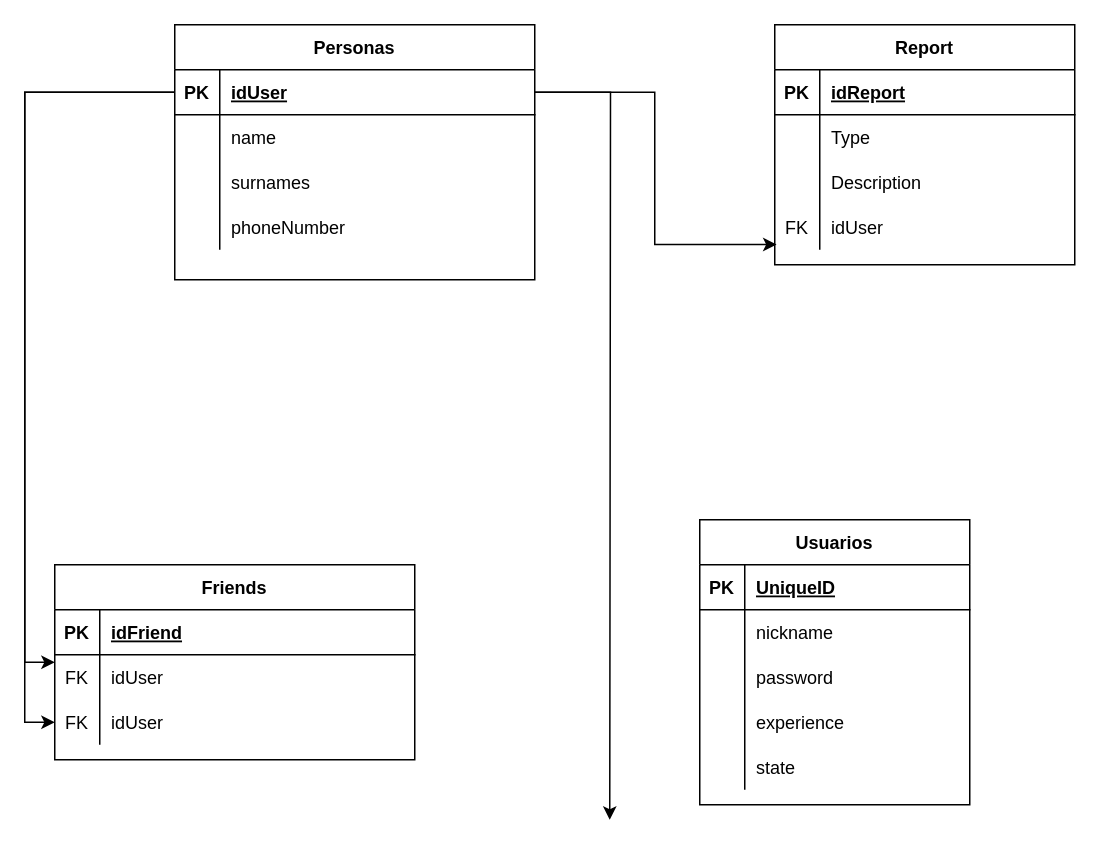
Before: Base de datos juego.drawio in MarioAlJim/Polinizacoders, a draw.io diagram. Source tidied: cells renumbered, new cells numbered last; positions are measured from the earlier drawing's top-left corner, leaving out a move shared by most shapes. Both pictures are drawn from the tidied source at 150%, with x=0, y=0 at pixel (54, 24).
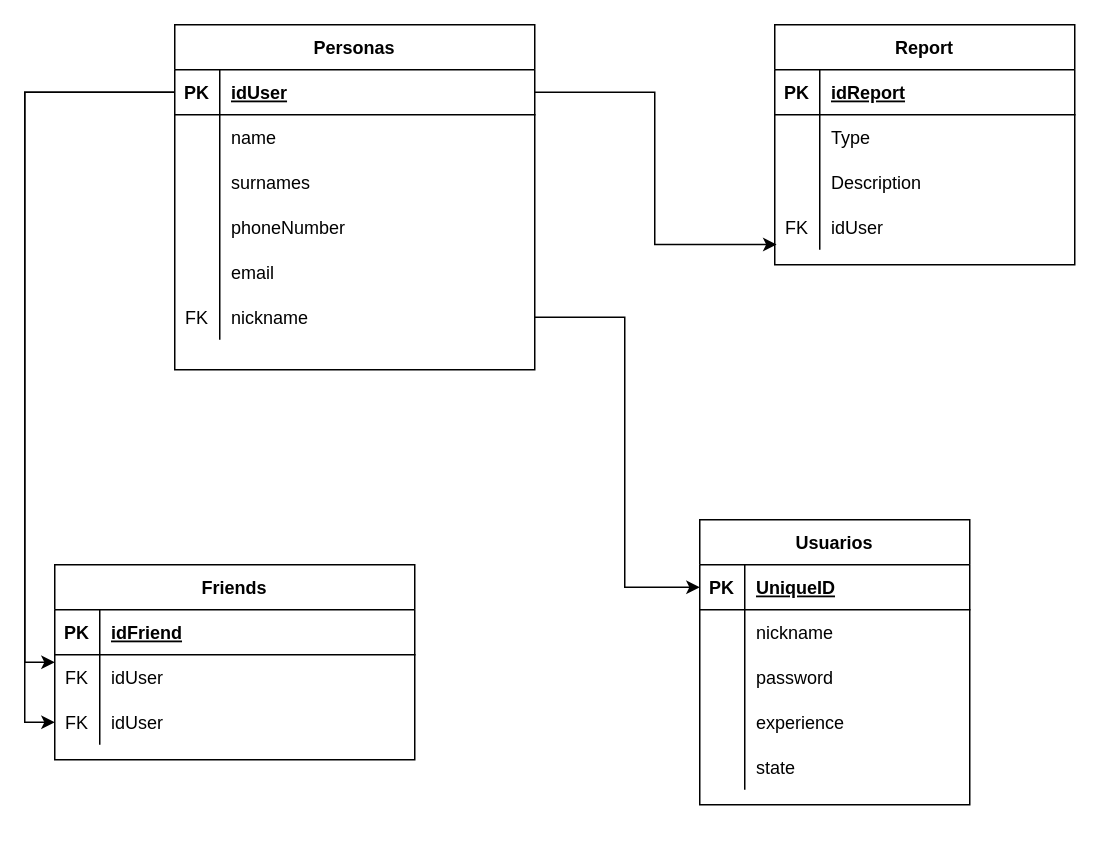
Above is the later version.

The change refers to these unchanged cells:
```xml
<mxCell id="13" style="shape=partialRectangle;fillColor=none;points=[[0,0.5],[1,0.5]];portConstraint=eastwest;top=0;left=0;right=0;bottom=1;" parent="12" vertex="1">
  <mxGeometry y="30" width="240" height="30" as="geometry" />
</mxCell>
<mxCell id="42" style="shape=tableRow;horizontal=0;startSize=0;swimlaneHead=0;swimlaneBody=0;fillColor=none;points=[[0,0.5],[1,0.5]];portConstraint=eastwest;top=0;left=0;right=0;bottom=1;" parent="41" vertex="1">
  <mxGeometry y="30" width="180" height="30" as="geometry" />
</mxCell>
```

Change to the diagram source:
```diff
@@
     <mxCell id="12" value="Personas" style="shape=table;startSize=30;childLayout=tableLayout;rowLines=0;fontStyle=1;align=center;" parent="1" vertex="1">
-      <mxGeometry x="80" width="240" height="170" as="geometry" />
+      <mxGeometry x="80" width="240" height="230" as="geometry" />
     </mxCell>
@@
+    <mxCell id="58" style="shape=tableRow;horizontal=0;startSize=0;swimlaneHead=0;swimlaneBody=0;fillColor=none;top=0;left=0;right=0;bottom=0;hachureGap=4;" parent="12" vertex="1">
+      <mxGeometry y="150" width="240" height="30" as="geometry" />
+    </mxCell>
+    <mxCell id="59" style="shape=partialRectangle;fillColor=none;top=0;left=0;bottom=0;right=0;overflow=hidden;hachureGap=4;" parent="58" vertex="1">
+      <mxGeometry width="30" height="30" as="geometry" />
+    </mxCell>
+    <mxCell id="60" value="email" style="shape=partialRectangle;fillColor=none;top=0;left=0;bottom=0;right=0;align=left;spacingLeft=6;overflow=hidden;hachureGap=4;" parent="58" vertex="1">
+      <mxGeometry x="30" width="210" height="30" as="geometry" />
+    </mxCell>
+    <mxCell id="61" style="shape=tableRow;horizontal=0;startSize=0;swimlaneHead=0;swimlaneBody=0;fillColor=none;points=[[0,0.5],[1,0.5]];portConstraint=eastwest;top=0;left=0;right=0;bottom=0;hachureGap=4;" parent="12" vertex="1">
+      <mxGeometry y="180" width="240" height="30" as="geometry" />
+    </mxCell>
+    <mxCell id="62" value="FK" style="shape=partialRectangle;fillColor=none;top=0;left=0;bottom=0;right=0;fontStyle=0;overflow=hidden;hachureGap=4;" parent="61" vertex="1">
+      <mxGeometry width="30" height="30" as="geometry" />
+    </mxCell>
+    <mxCell id="63" value="nickname" style="shape=partialRectangle;fillColor=none;top=0;left=0;bottom=0;right=0;align=left;spacingLeft=6;fontStyle=0;overflow=hidden;hachureGap=4;" parent="61" vertex="1">
+      <mxGeometry x="30" width="210" height="30" as="geometry" />
+    </mxCell>
@@
-    <mxCell id="57" style="edgeStyle=orthogonalEdgeStyle;rounded=0;jettySize=auto;html=1;" parent="1" edge="1" source="13">
+    <mxCell id="57" style="edgeStyle=orthogonalEdgeStyle;rounded=0;jettySize=auto;html=1;exitX=1;exitY=0.5;exitDx=0;exitDy=0;entryX=0;entryY=0.5;entryDx=0;entryDy=0;" parent="1" edge="1" source="61" target="42">
       <mxGeometry relative="1" as="geometry">
-        <mxPoint x="370" y="530" as="targetPoint" />
+        <Array as="points">
+          <mxPoint x="380" y="195" />
+          <mxPoint x="380" y="375" />
+        </Array>
       </mxGeometry>
     </mxCell>
```
